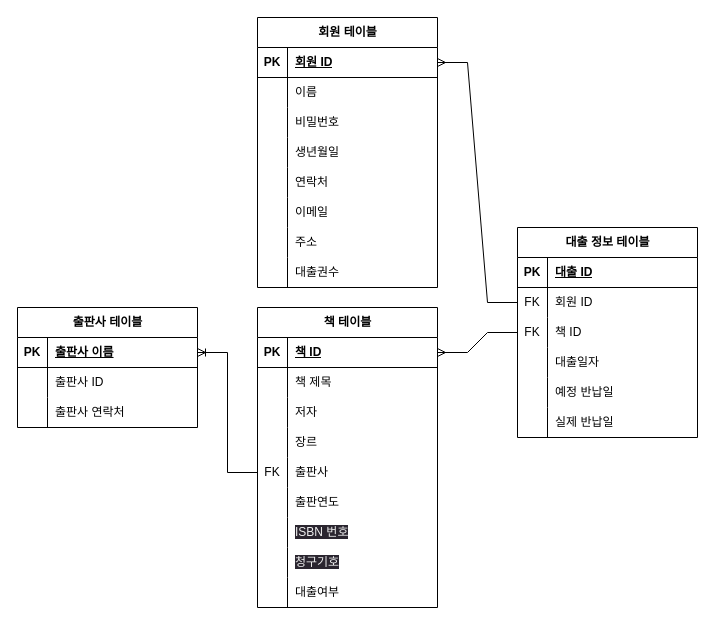
The draw.io diagram page "논리" (2 of 4) of JdbcBookLibrary/sql/test book.drawio in bebae/Beginner-Project, before the edit. Source tidied: cells renumbered, new cells numbered last; positions are measured from the earlier drawing's top-left corner, leaving out a move shared by most shapes. Both pictures are drawn from the tidied source at 100%, with x=0, y=0 at pixel (17, 17).
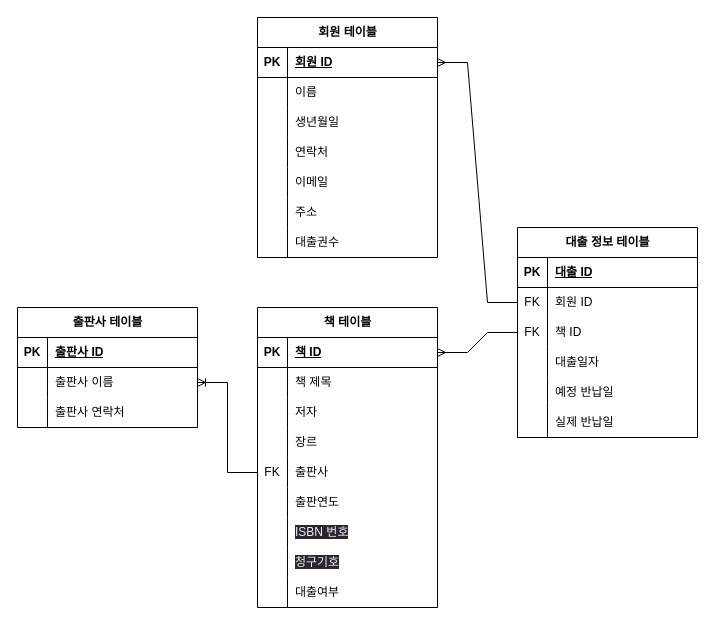
The same page after the edit.

Unchanged cells that the change refers to:
```xml
<mxCell id="3" style="shape=tableRow;horizontal=0;startSize=0;swimlaneHead=0;swimlaneBody=0;fillColor=none;points=[[0,0.5],[1,0.5]];portConstraint=eastwest;top=0;left=0;right=0;bottom=1;" parent="2" vertex="1">
  <mxGeometry y="30" width="180" height="30" as="geometry" />
</mxCell>
<mxCell id="6" style="shape=tableRow;horizontal=0;startSize=0;swimlaneHead=0;swimlaneBody=0;fillColor=none;points=[[0,0.5],[1,0.5]];portConstraint=eastwest;top=0;left=0;right=0;bottom=0;" parent="2" vertex="1">
  <mxGeometry y="60" width="180" height="30" as="geometry" />
</mxCell>
<mxCell id="25" style="shape=tableRow;horizontal=0;startSize=0;swimlaneHead=0;swimlaneBody=0;fillColor=none;points=[[0,0.5],[1,0.5]];portConstraint=eastwest;top=0;left=0;right=0;bottom=0;" parent="12" vertex="1">
  <mxGeometry y="150" width="180" height="30" as="geometry" />
</mxCell>
```

What changed in the source:
```diff
@@
-    <mxCell id="5" value="출판사 이름" style="shape=partialRectangle;fillColor=none;top=0;left=0;bottom=0;right=0;align=left;spacingLeft=6;fontStyle=5;overflow=hidden;whiteSpace=wrap;html=1;" parent="3" vertex="1">
+    <mxCell id="5" value="출판사 ID" style="shape=partialRectangle;fillColor=none;top=0;left=0;bottom=0;right=0;align=left;spacingLeft=6;fontStyle=5;overflow=hidden;whiteSpace=wrap;html=1;" parent="3" vertex="1">
       <mxGeometry x="30" width="150" height="30" as="geometry" />
     </mxCell>
@@
-    <mxCell id="8" value="출판사 ID" style="shape=partialRectangle;fillColor=none;top=0;left=0;bottom=0;right=0;align=left;spacingLeft=6;overflow=hidden;whiteSpace=wrap;html=1;" parent="6" vertex="1">
+    <mxCell id="8" value="출판사 이름" style="shape=partialRectangle;fillColor=none;top=0;left=0;bottom=0;right=0;align=left;spacingLeft=6;overflow=hidden;whiteSpace=wrap;html=1;" parent="6" vertex="1">
       <mxGeometry x="30" width="150" height="30" as="geometry" />
     </mxCell>
@@
     <mxCell id="59" value="회원 테이블" style="shape=table;startSize=30;childLayout=tableLayout;rowLines=0;fontStyle=1;align=center;html=1;" parent="1" vertex="1">
-      <mxGeometry x="240" width="180" height="270" as="geometry" />
+      <mxGeometry x="240" width="180" height="240" as="geometry" />
     </mxCell>
@@
-    <mxCell id="66" style="shape=tableRow;horizontal=0;startSize=0;swimlaneHead=0;swimlaneBody=0;fillColor=none;top=0;left=0;right=0;bottom=0;" parent="59" vertex="1">
-      <mxGeometry y="90" width="180" height="30" as="geometry" />
-    </mxCell>
-    <mxCell id="67" style="shape=partialRectangle;fillColor=none;top=0;left=0;bottom=0;right=0;overflow=hidden;whiteSpace=wrap;html=1;" parent="66" vertex="1">
-      <mxGeometry width="30" height="30" as="geometry" />
-    </mxCell>
-    <mxCell id="68" value="비밀번호" style="shape=partialRectangle;fillColor=none;top=0;left=0;bottom=0;right=0;align=left;spacingLeft=6;overflow=hidden;whiteSpace=wrap;html=1;" parent="66" vertex="1">
-      <mxGeometry x="30" width="150" height="30" as="geometry" />
-    </mxCell>
     <mxCell id="69" style="shape=tableRow;horizontal=0;startSize=0;swimlaneHead=0;swimlaneBody=0;fillColor=none;top=0;left=0;right=0;bottom=0;" parent="59" vertex="1">
-      <mxGeometry y="120" width="180" height="30" as="geometry" />
+      <mxGeometry y="90" width="180" height="30" as="geometry" />
     </mxCell>
@@
     <mxCell id="72" style="shape=tableRow;horizontal=0;startSize=0;swimlaneHead=0;swimlaneBody=0;fillColor=none;top=0;left=0;right=0;bottom=0;" parent="59" vertex="1">
-      <mxGeometry y="150" width="180" height="30" as="geometry" />
+      <mxGeometry y="120" width="180" height="30" as="geometry" />
     </mxCell>
@@
     <mxCell id="75" style="shape=tableRow;horizontal=0;startSize=0;swimlaneHead=0;swimlaneBody=0;fillColor=none;top=0;left=0;right=0;bottom=0;" parent="59" vertex="1">
-      <mxGeometry y="180" width="180" height="30" as="geometry" />
+      <mxGeometry y="150" width="180" height="30" as="geometry" />
     </mxCell>
@@
     <mxCell id="78" style="shape=tableRow;horizontal=0;startSize=0;swimlaneHead=0;swimlaneBody=0;fillColor=none;top=0;left=0;right=0;bottom=0;" parent="59" vertex="1">
-      <mxGeometry y="210" width="180" height="30" as="geometry" />
+      <mxGeometry y="180" width="180" height="30" as="geometry" />
     </mxCell>
@@
     <mxCell id="81" style="shape=tableRow;horizontal=0;startSize=0;swimlaneHead=0;swimlaneBody=0;fillColor=none;top=0;left=0;right=0;bottom=0;" parent="59" vertex="1">
-      <mxGeometry y="240" width="180" height="30" as="geometry" />
+      <mxGeometry y="210" width="180" height="30" as="geometry" />
     </mxCell>
@@
-    <mxCell id="84" style="edgeStyle=entityRelationEdgeStyle;fontSize=12;html=1;endArrow=ERoneToMany;rounded=0;exitX=0;exitY=0.5;exitDx=0;exitDy=0;entryX=1;entryY=0.5;entryDx=0;entryDy=0;" parent="1" edge="1" source="25" target="3">
+    <mxCell id="84" style="edgeStyle=entityRelationEdgeStyle;fontSize=12;html=1;endArrow=ERoneToMany;rounded=0;exitX=0;exitY=0.5;exitDx=0;exitDy=0;entryX=1;entryY=0.5;entryDx=0;entryDy=0;" parent="1" edge="1" source="25" target="6">
       <mxGeometry relative="1" as="geometry" />
     </mxCell>
```
